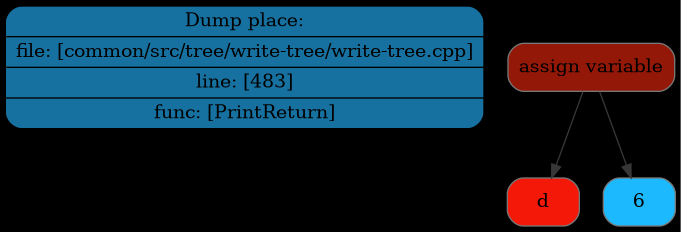
Earlier version of the Graphviz export dot/node/img/node3.png (Maksim-Sebelev/Language). Its source is kept beside it as dot/node/dot/node3.dot. Its diagram source:
```dot
digraph G{
rankdir=TB
graph [bgcolor="#000000"];
place[shape=Mrecord, style=filled, fillcolor="#1771a0", pos="0,1!",label = " { Dump place: | file: [common/src/tree/write-tree/write-tree.cpp] | line: [483] | func: [PrintReturn] } "color = "#000000"];
node0x507000000f00[shape=Mrecord, style=filled, fillcolor="#931807"label = "assign variable", color = "#777777"];
node0x507000000e20[shape=Mrecord, style=filled, fillcolor="#f31807"label = "d", color = "#777777"];
node0x507000000e90[shape=Mrecord, style=filled, fillcolor="#1cb9ff"label = "6", color = "#777777"];
edge[color="#373737"];
node0x507000000f00->node0x507000000e20;
node0x507000000f00->node0x507000000e90;
}
```
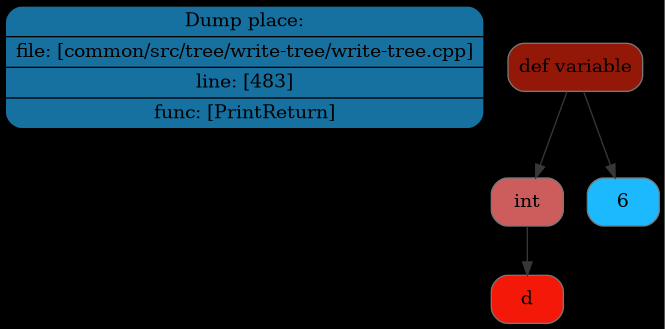
Later version of the same file.

Diff of the diagram source:
```diff
@@ -2,10 +2,12 @@
 rankdir=TB
 graph [bgcolor="#000000"];
 place[shape=Mrecord, style=filled, fillcolor="#1771a0", pos="0,1!",label = " { Dump place: | file: [common/src/tree/write-tree/write-tree.cpp] | line: [483] | func: [PrintReturn] } "color = "#000000"];
-node0x507000000f00[shape=Mrecord, style=filled, fillcolor="#931807"label = "assign variable", color = "#777777"];
-node0x507000000e20[shape=Mrecord, style=filled, fillcolor="#f31807"label = "d", color = "#777777"];
-node0x507000000e90[shape=Mrecord, style=filled, fillcolor="#1cb9ff"label = "6", color = "#777777"];
+node0x507000000f70[shape=Mrecord, style=filled, fillcolor="#931807"label = "def variable", color = "#777777"];
+node0x507000000e20[shape=Mrecord, style=filled, fillcolor="#CD5C5C"label = "int", color = "#777777"];
+node0x507000000e90[shape=Mrecord, style=filled, fillcolor="#f31807"label = "d", color = "#777777"];
+node0x507000000f00[shape=Mrecord, style=filled, fillcolor="#1cb9ff"label = "6", color = "#777777"];
 edge[color="#373737"];
-node0x507000000f00->node0x507000000e20;
-node0x507000000f00->node0x507000000e90;
+node0x507000000f70->node0x507000000e20;
+node0x507000000e20->node0x507000000e90;
+node0x507000000f70->node0x507000000f00;
 }
```
